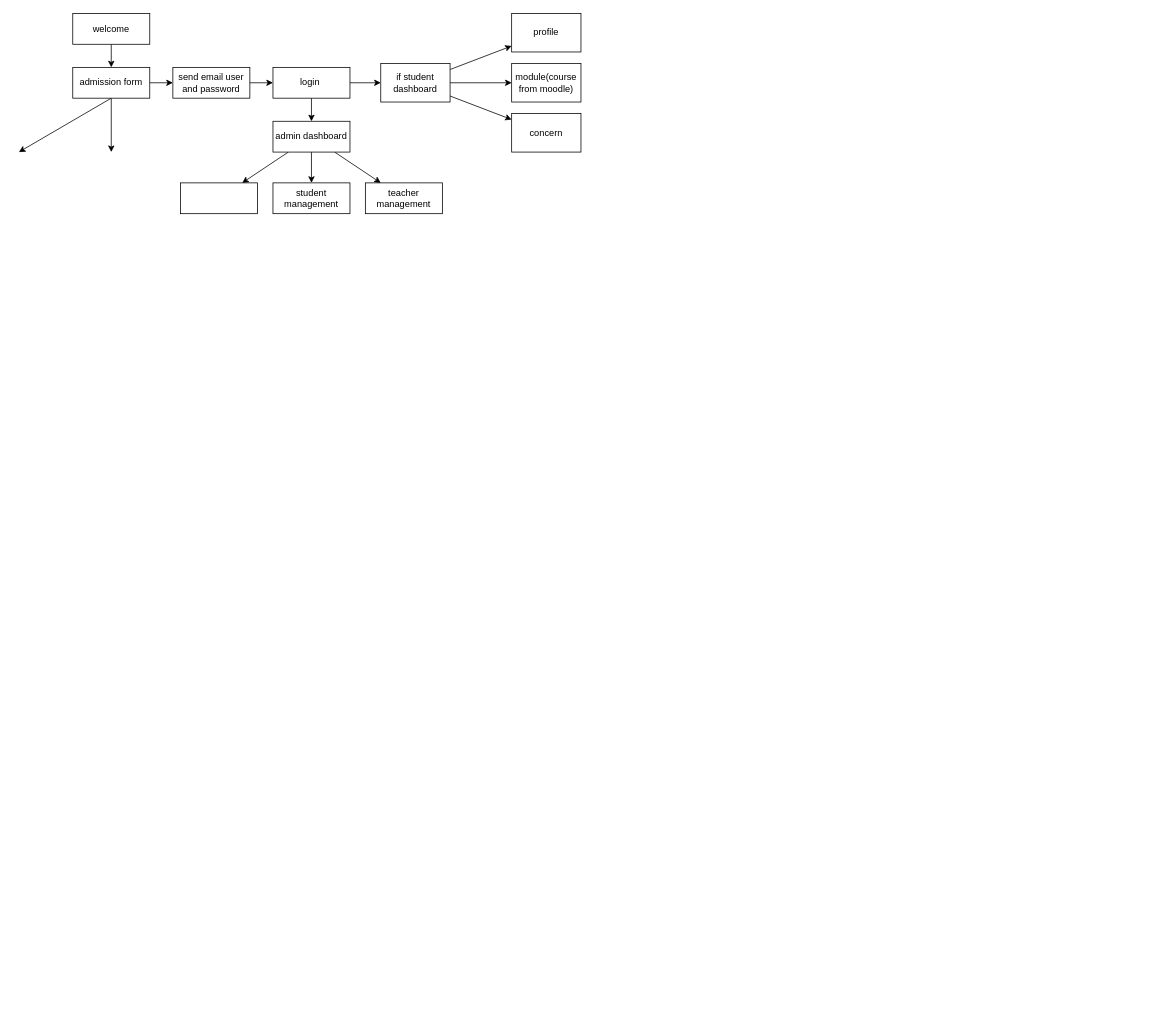
This is flow.drawio from DexterJames021/SMS, a draw.io file, before an edit. Source tidied: cells renumbered, new cells numbered last; positions are measured from the earlier drawing's top-left corner, leaving out a move shared by most shapes. Both pictures are drawn from the tidied source at 77%, with x=0, y=0 at pixel (18, 13).
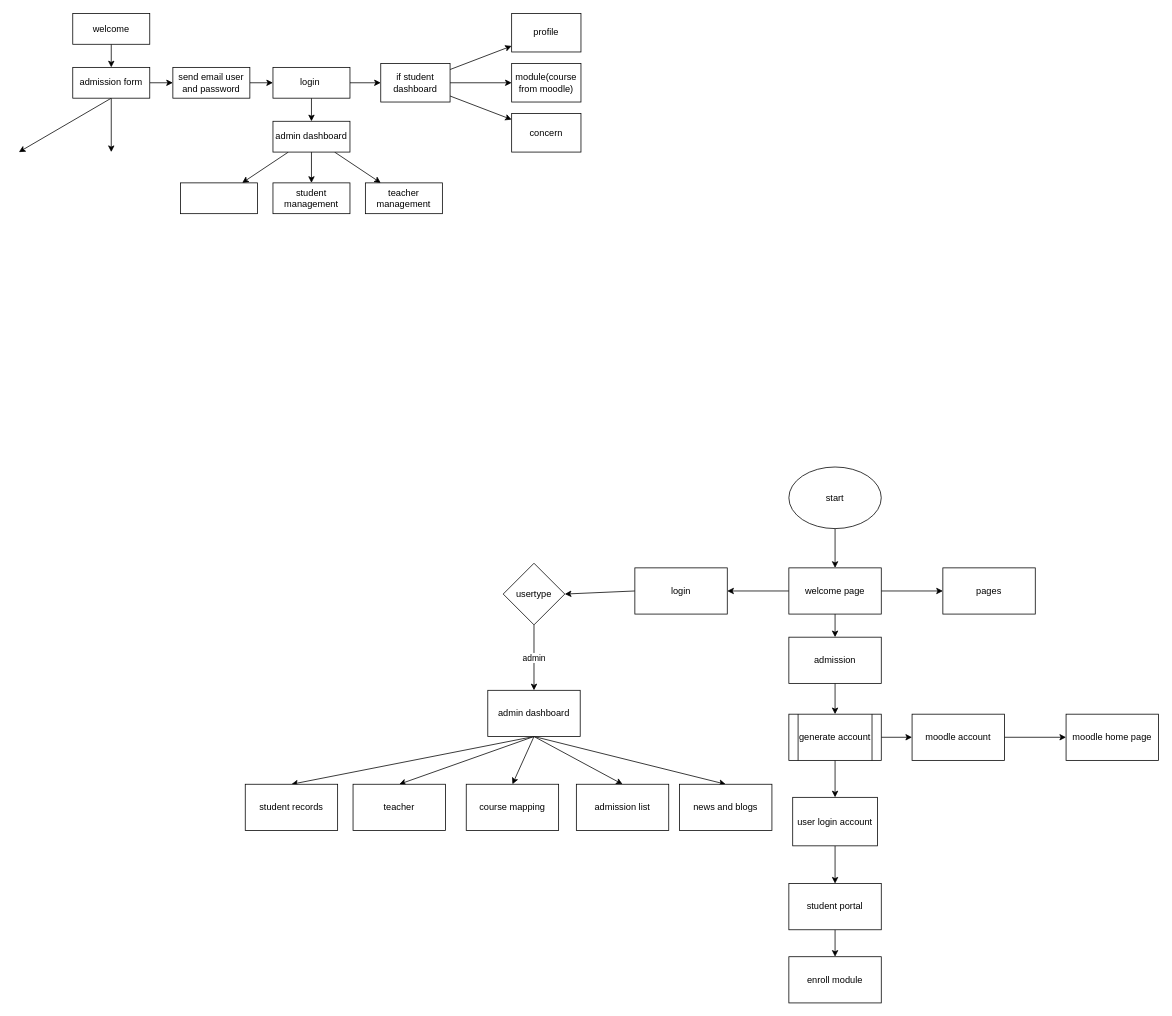
Above is the later version.

The edit, as a diff of the source:
```diff
@@
+    <mxCell id="27" style="edgeStyle=none;html=1;" parent="1" edge="1" source="30" target="32">
+      <mxGeometry relative="1" as="geometry" />
+    </mxCell>
+    <mxCell id="28" style="edgeStyle=none;html=1;" parent="1" edge="1" source="30" target="44">
+      <mxGeometry relative="1" as="geometry" />
+    </mxCell>
+    <mxCell id="29" style="edgeStyle=none;html=1;" parent="1" edge="1" source="30" target="53">
+      <mxGeometry relative="1" as="geometry" />
+    </mxCell>
+    <mxCell id="30" value="welcome page" style="rounded=0;whiteSpace=wrap;html=1;" parent="1" vertex="1">
+      <mxGeometry x="1000" y="720" width="120" height="60" as="geometry" />
+    </mxCell>
+    <mxCell id="31" style="edgeStyle=none;html=1;exitX=0.5;exitY=1;exitDx=0;exitDy=0;entryX=0.5;entryY=0;entryDx=0;entryDy=0;" parent="1" edge="1" source="32" target="35">
+      <mxGeometry relative="1" as="geometry" />
+    </mxCell>
+    <mxCell id="32" value="admission" style="rounded=0;whiteSpace=wrap;html=1;" parent="1" vertex="1">
+      <mxGeometry x="1000" y="810" width="120" height="60" as="geometry" />
+    </mxCell>
+    <mxCell id="33" style="edgeStyle=none;html=1;" parent="1" edge="1" source="35" target="37">
+      <mxGeometry relative="1" as="geometry" />
+    </mxCell>
+    <mxCell id="34" style="edgeStyle=none;html=1;" parent="1" edge="1" source="35" target="39">
+      <mxGeometry relative="1" as="geometry" />
+    </mxCell>
+    <mxCell id="35" value="generate account" style="shape=process;whiteSpace=wrap;html=1;backgroundOutline=1;" parent="1" vertex="1">
+      <mxGeometry x="1000" y="910" width="120" height="60" as="geometry" />
+    </mxCell>
+    <mxCell id="36" style="edgeStyle=none;html=1;" parent="1" edge="1" source="37" target="56">
+      <mxGeometry relative="1" as="geometry" />
+    </mxCell>
+    <mxCell id="37" value="moodle account" style="whiteSpace=wrap;html=1;" parent="1" vertex="1">
+      <mxGeometry x="1160" y="910" width="120" height="60" as="geometry" />
+    </mxCell>
+    <mxCell id="38" style="edgeStyle=none;html=1;" parent="1" edge="1" source="39" target="41">
+      <mxGeometry relative="1" as="geometry" />
+    </mxCell>
+    <mxCell id="39" value="user login account" style="whiteSpace=wrap;html=1;" parent="1" vertex="1">
+      <mxGeometry x="1005" y="1018" width="110" height="63" as="geometry" />
+    </mxCell>
+    <mxCell id="40" style="edgeStyle=none;html=1;exitX=0.5;exitY=1;exitDx=0;exitDy=0;entryX=0.5;entryY=0;entryDx=0;entryDy=0;" parent="1" edge="1" source="41" target="42">
+      <mxGeometry relative="1" as="geometry" />
+    </mxCell>
+    <mxCell id="41" value="student portal" style="whiteSpace=wrap;html=1;" parent="1" vertex="1">
+      <mxGeometry x="1000" y="1130" width="120" height="60" as="geometry" />
+    </mxCell>
+    <mxCell id="42" value="enroll module" style="whiteSpace=wrap;html=1;" parent="1" vertex="1">
+      <mxGeometry x="1000" y="1225" width="120" height="60" as="geometry" />
+    </mxCell>
+    <mxCell id="43" style="edgeStyle=none;html=1;exitX=0;exitY=0.5;exitDx=0;exitDy=0;entryX=1;entryY=0.5;entryDx=0;entryDy=0;" parent="1" edge="1" source="44" target="46">
+      <mxGeometry relative="1" as="geometry" />
+    </mxCell>
+    <mxCell id="44" value="login" style="whiteSpace=wrap;html=1;rounded=0;" parent="1" vertex="1">
+      <mxGeometry x="800" y="720" width="120" height="60" as="geometry" />
+    </mxCell>
+    <mxCell id="45" value="admin" style="edgeStyle=none;html=1;" parent="1" edge="1" source="46" target="52">
+      <mxGeometry relative="1" as="geometry" />
+    </mxCell>
+    <mxCell id="46" value="usertype" style="rhombus;whiteSpace=wrap;html=1;rounded=0;" parent="1" vertex="1">
+      <mxGeometry x="629" y="714" width="80" height="80" as="geometry" />
+    </mxCell>
+    <mxCell id="47" style="edgeStyle=none;html=1;exitX=0.5;exitY=1;exitDx=0;exitDy=0;entryX=0.5;entryY=0;entryDx=0;entryDy=0;" parent="1" edge="1" source="52" target="57">
+      <mxGeometry relative="1" as="geometry" />
+    </mxCell>
+    <mxCell id="48" style="edgeStyle=none;html=1;exitX=0.5;exitY=1;exitDx=0;exitDy=0;entryX=0.5;entryY=0;entryDx=0;entryDy=0;" parent="1" edge="1" source="52" target="58">
+      <mxGeometry relative="1" as="geometry" />
+    </mxCell>
+    <mxCell id="49" style="edgeStyle=none;html=1;exitX=0.5;exitY=1;exitDx=0;exitDy=0;entryX=0.5;entryY=0;entryDx=0;entryDy=0;" parent="1" edge="1" source="52" target="59">
+      <mxGeometry relative="1" as="geometry" />
+    </mxCell>
+    <mxCell id="50" style="edgeStyle=none;html=1;exitX=0.5;exitY=1;exitDx=0;exitDy=0;entryX=0.5;entryY=0;entryDx=0;entryDy=0;" parent="1" edge="1" source="52" target="60">
+      <mxGeometry relative="1" as="geometry" />
+    </mxCell>
+    <mxCell id="51" style="edgeStyle=none;html=1;exitX=0.5;exitY=1;exitDx=0;exitDy=0;entryX=0.5;entryY=0;entryDx=0;entryDy=0;" parent="1" edge="1" source="52" target="61">
+      <mxGeometry relative="1" as="geometry" />
+    </mxCell>
+    <mxCell id="52" value="admin dashboard" style="whiteSpace=wrap;html=1;rounded=0;" parent="1" vertex="1">
+      <mxGeometry x="609" y="879" width="120" height="60" as="geometry" />
+    </mxCell>
+    <mxCell id="53" value="pages" style="whiteSpace=wrap;html=1;rounded=0;" parent="1" vertex="1">
+      <mxGeometry x="1200" y="720" width="120" height="60" as="geometry" />
+    </mxCell>
+    <mxCell id="54" style="edgeStyle=none;html=1;exitX=0.5;exitY=1;exitDx=0;exitDy=0;entryX=0.5;entryY=0;entryDx=0;entryDy=0;" parent="1" edge="1" source="55" target="30">
+      <mxGeometry relative="1" as="geometry" />
+    </mxCell>
+    <mxCell id="55" value="start" style="ellipse;whiteSpace=wrap;html=1;" parent="1" vertex="1">
+      <mxGeometry x="1000" y="589" width="120" height="80" as="geometry" />
+    </mxCell>
+    <mxCell id="56" value="moodle home page" style="whiteSpace=wrap;html=1;" parent="1" vertex="1">
+      <mxGeometry x="1360" y="910" width="120" height="60" as="geometry" />
+    </mxCell>
+    <mxCell id="57" value="course mapping" style="rounded=0;whiteSpace=wrap;html=1;" parent="1" vertex="1">
+      <mxGeometry x="581" y="1001" width="120" height="60" as="geometry" />
+    </mxCell>
+    <mxCell id="58" value="teacher" style="rounded=0;whiteSpace=wrap;html=1;" parent="1" vertex="1">
+      <mxGeometry x="434" y="1001" width="120" height="60" as="geometry" />
+    </mxCell>
+    <mxCell id="59" value="admission list" style="rounded=0;whiteSpace=wrap;html=1;" parent="1" vertex="1">
+      <mxGeometry x="724" y="1001" width="120" height="60" as="geometry" />
+    </mxCell>
+    <mxCell id="60" value="student records" style="rounded=0;whiteSpace=wrap;html=1;" parent="1" vertex="1">
+      <mxGeometry x="294" y="1001" width="120" height="60" as="geometry" />
+    </mxCell>
+    <mxCell id="61" value="news and blogs" style="rounded=0;whiteSpace=wrap;html=1;" parent="1" vertex="1">
+      <mxGeometry x="858" y="1001" width="120" height="60" as="geometry" />
+    </mxCell>
```
